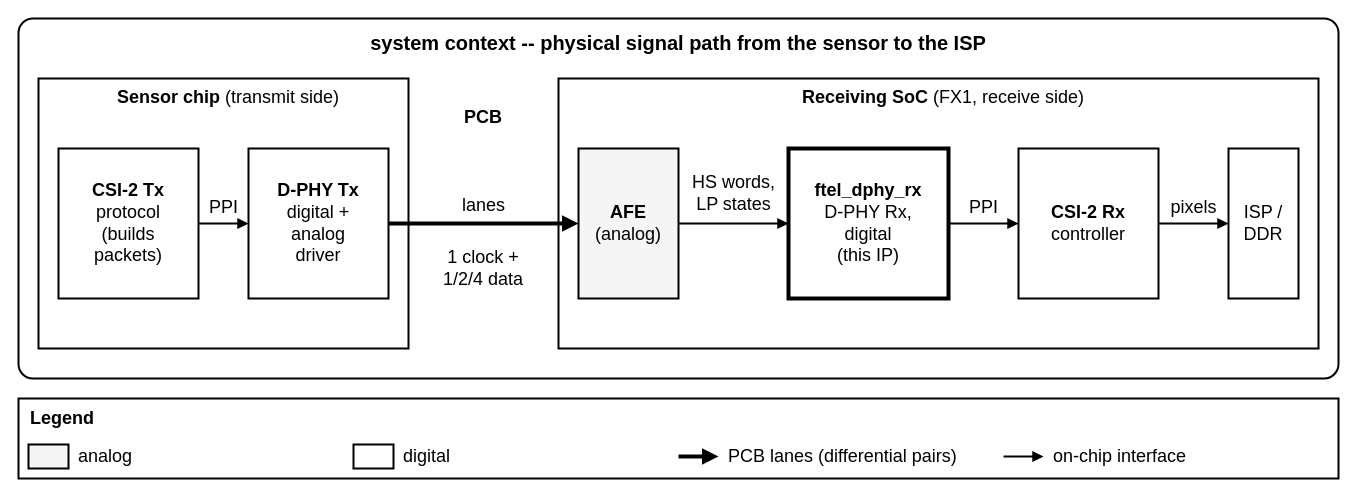
Earlier version of the draw.io diagram 22fdx/rx/digital/hw/rtl/ip/ftel_dphy_rx/doc/figures/ftel_dphy_rx_system.drawio (ftel-cdc/fu3_dphy). Source tidied: cells renumbered, new cells numbered last; positions are measured from the earlier drawing's top-left corner, leaving out a move shared by most shapes. Both pictures are drawn from the tidied source at 100%, with x=0, y=0 at pixel (18, 18).
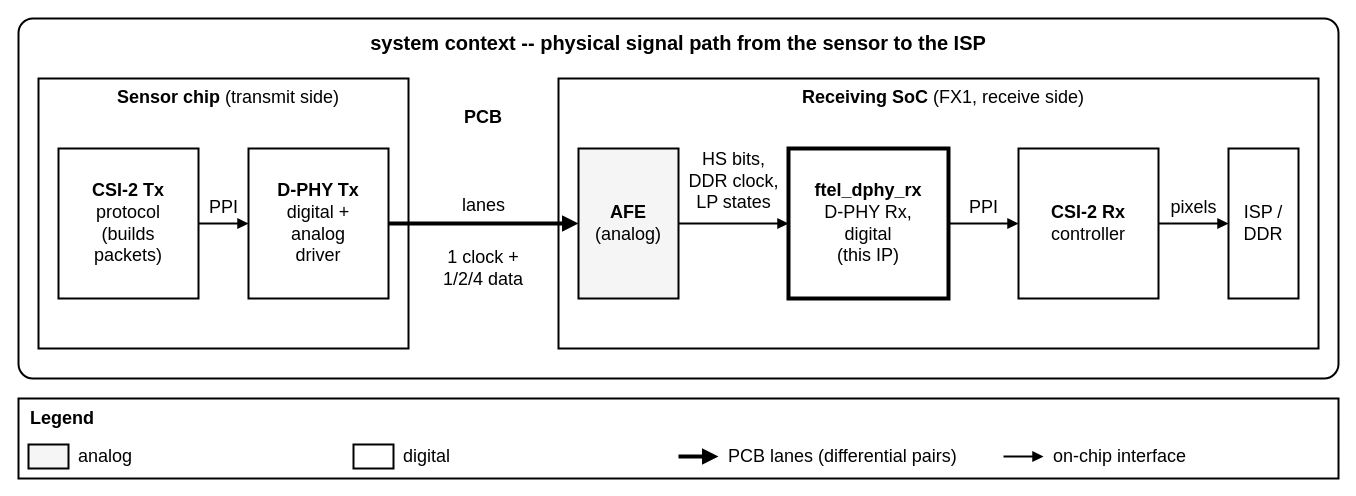
Above is the later version.

Unchanged cells that the change refers to:
```xml
<mxCell id="11" value="&lt;b&gt;AFE&lt;/b&gt;&lt;br&gt;(analog)" style="rounded=0;whiteSpace=wrap;html=1;fontSize=18;strokeWidth=2;fillColor=#F5F5F5;align=center;verticalAlign=middle;spacing=4;" parent="1" vertex="1">
  <mxGeometry x="560" y="130" width="100" height="150" as="geometry" />
</mxCell>
<mxCell id="12" value="&lt;b&gt;ftel_dphy_rx&lt;/b&gt;&lt;br&gt;D-PHY Rx,&lt;br&gt;digital&lt;br&gt;(this IP)" style="rounded=0;whiteSpace=wrap;html=1;fontSize=18;strokeWidth=4;fillColor=#FFFFFF;align=center;verticalAlign=middle;spacing=4;" parent="1" vertex="1">
  <mxGeometry x="770" y="130" width="160" height="150" as="geometry" />
</mxCell>
```

What changed in the source:
```diff
@@
-    <mxCell id="15" value="HS words,&lt;br&gt;LP states" style="endArrow=block;endFill=1;html=1;fontSize=18;edgeStyle=orthogonalEdgeStyle;rounded=0;jumpStyle=arc;jumpSize=12;labelBackgroundColor=#FFFFFF;strokeWidth=2;exitX=1;exitY=0.5;exitDx=0;exitDy=0;entryX=0;entryY=0.5;entryDx=0;entryDy=0;" parent="1" edge="1" source="11" target="12">
+    <mxCell id="15" value="HS bits,&lt;br&gt;DDR clock,&lt;br&gt;LP states" style="endArrow=block;endFill=1;html=1;fontSize=18;edgeStyle=orthogonalEdgeStyle;rounded=0;jumpStyle=arc;jumpSize=12;labelBackgroundColor=#FFFFFF;strokeWidth=2;exitX=1;exitY=0.5;exitDx=0;exitDy=0;entryX=0;entryY=0.5;entryDx=0;entryDy=0;" parent="1" edge="1" source="11" target="12">
       <mxGeometry relative="1" as="geometry">
-        <mxPoint y="-30" as="offset" />
+        <mxPoint y="-42" as="offset" />
       </mxGeometry>
     </mxCell>
```
